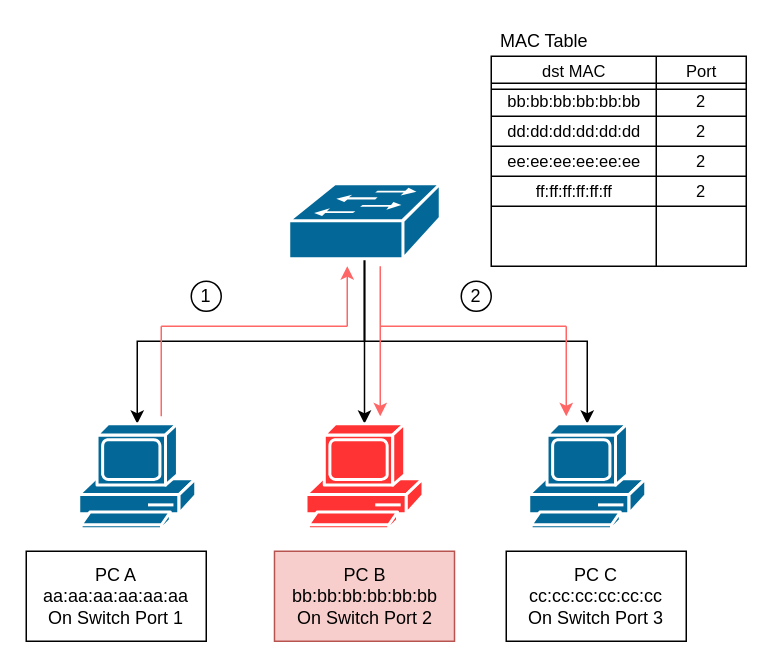
Above: NASA-graph/Security/MAC flooding2.drawio in Vincent550102/NASA-graph (draw.io), before the change. Source tidied: cells renumbered, new cells numbered last; positions are measured from the earlier drawing's top-left corner, leaving out a move shared by most shapes. Both pictures are drawn from the tidied source at 150%, with x=0, y=0 at pixel (26, 26).
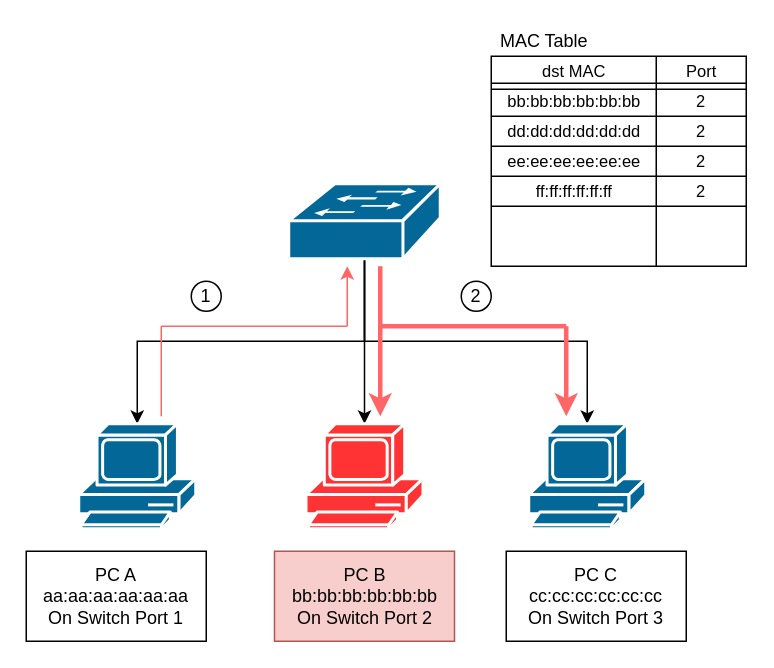
The same diagram, later.

What changed in the source:
```diff
@@
-    <mxCell id="30" style="endArrow=none;html=1;rounded=0;fontSize=11;strokeColor=#FF6666;" parent="1" edge="1">
+    <mxCell id="30" style="endArrow=none;html=1;rounded=0;fontSize=11;strokeColor=#FF6666;strokeWidth=3;" parent="1" edge="1">
       <mxGeometry relative="1" as="geometry">
         <mxPoint x="236" y="200" as="sourcePoint" />
         <mxPoint x="360" y="200" as="targetPoint" />
       </mxGeometry>
     </mxCell>
-    <mxCell id="31" style="endArrow=classic;html=1;rounded=0;fontSize=11;strokeColor=#FF6666;" parent="1" edge="1">
+    <mxCell id="31" style="endArrow=classic;html=1;rounded=0;fontSize=11;strokeColor=#FF6666;strokeWidth=3;" parent="1" edge="1">
       <mxGeometry relative="1" as="geometry">
         <mxPoint x="360" y="200" as="sourcePoint" />
         <mxPoint x="360" y="260" as="targetPoint" />
       </mxGeometry>
     </mxCell>
@@
-    <mxCell id="34" style="endArrow=classic;html=1;rounded=0;strokeColor=#FF6666;" parent="1" edge="1">
+    <mxCell id="34" style="endArrow=classic;html=1;rounded=0;strokeColor=#FF6666;strokeWidth=3;" parent="1" edge="1">
       <mxGeometry relative="1" as="geometry">
         <mxPoint x="236" y="160" as="sourcePoint" />
         <mxPoint x="236" y="260" as="targetPoint" />
       </mxGeometry>
     </mxCell>
```
